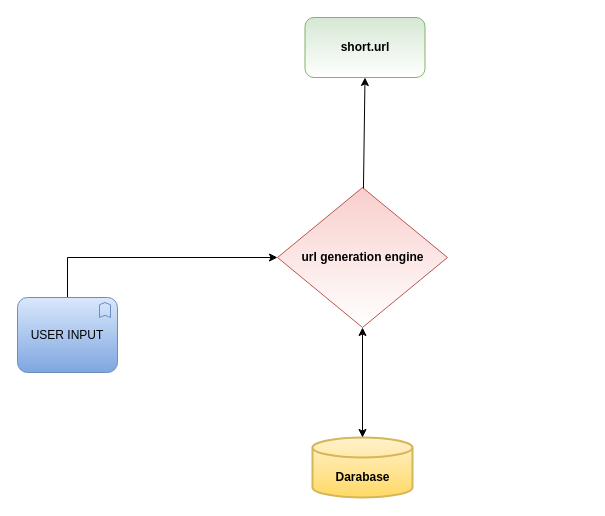
sachinkgaikwad/ayodevops keeps this draw.io diagram as images/urlshortner.drawio. Above is the earlier version. Source tidied: cells renumbered, new cells numbered last; positions are measured from the earlier drawing's top-left corner, leaving out a move shared by most shapes. Both pictures are drawn from the tidied source at 100%, with x=0, y=0 at pixel (17, 17).
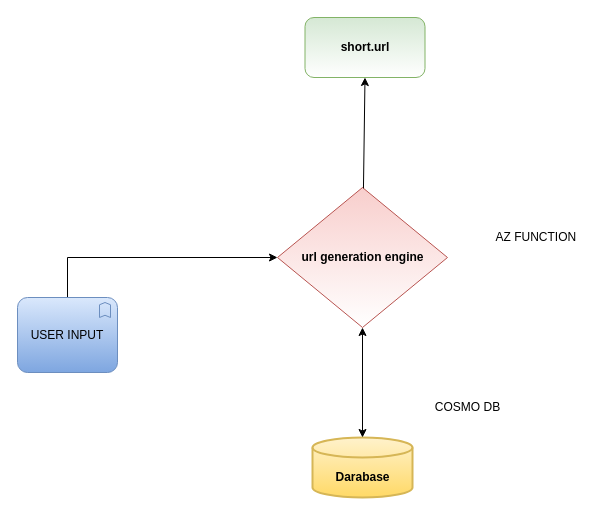
The same diagram, later.

Diff of the diagram source:
```diff
@@
 <mxGraphModel>
   <root>
     <mxCell id="0" />
     <mxCell id="1" parent="0" />
     <mxCell id="2" style="strokeWidth=2;html=1;shape=mxgraph.flowchart.database;whiteSpace=wrap;fillColor=#fff2cc;gradientColor=#ffd966;strokeColor=#d6b656;" parent="1" vertex="1">
       <mxGeometry x="295" y="420" width="100" height="60" as="geometry" />
     </mxCell>
     <mxCell id="3" value="short.url" style="rounded=1;whiteSpace=wrap;html=1;fillColor=#d5e8d4;strokeColor=#82b366;gradientColor=#ffffff;fontStyle=1;" parent="1" vertex="1">
       <mxGeometry x="287.5" width="120" height="60" as="geometry" />
     </mxCell>
     <mxCell id="4" style="rhombus;whiteSpace=wrap;html=1;fillColor=#f8cecc;strokeColor=#b85450;gradientColor=#ffffff;" parent="1" vertex="1">
       <mxGeometry x="260" y="170" width="170" height="140" as="geometry" />
     </mxCell>
     <mxCell id="5" style="endArrow=classic;html=1;rounded=0;entryX=0.5;entryY=1;entryDx=0;entryDy=0;" parent="1" edge="1" source="4" target="3">
       <mxGeometry relative="1" as="geometry" />
     </mxCell>
     <mxCell id="6" style="endArrow=classic;startArrow=classic;html=1;rounded=0;entryX=0.5;entryY=1;entryDx=0;entryDy=0;exitX=0.5;exitY=0;exitDx=0;exitDy=0;exitPerimeter=0;" parent="1" edge="1" source="2" target="4">
       <mxGeometry relative="1" as="geometry" />
     </mxCell>
     <mxCell id="7" value="url generation engine" style="text;html=1;align=center;verticalAlign=middle;fillColor=none;strokeColor=none;rounded=0;fontStyle=1;" parent="1" vertex="1">
       <mxGeometry x="275" y="230" width="140" height="20" as="geometry" />
     </mxCell>
     <mxCell id="8" value="Darabase" style="text;html=1;align=center;verticalAlign=middle;fillColor=none;strokeColor=none;rounded=0;fontStyle=1;" parent="1" vertex="1">
       <mxGeometry x="310" y="450" width="70" height="20" as="geometry" />
     </mxCell>
     <mxCell id="9" style="edgeStyle=orthogonalEdgeStyle;rounded=0;jettySize=auto;html=1;exitX=0.5;exitY=0;exitDx=0;exitDy=0;exitPerimeter=0;entryX=0;entryY=0.5;entryDx=0;entryDy=0;" parent="1" edge="1" source="10" target="4">
       <mxGeometry relative="1" as="geometry" />
     </mxCell>
     <mxCell id="10" value="USER INPUT" style="html=1;outlineConnect=0;whiteSpace=wrap;fillColor=#dae8fc;shape=mxgraph.archimate.business;busType=function;gradientColor=#7ea6e0;strokeColor=#6c8ebf;" parent="1" vertex="1">
       <mxGeometry y="280" width="100" height="75" as="geometry" />
     </mxCell>
+    <mxCell id="11" value="AZ FUNCTION&amp;nbsp;" style="text;html=1;align=center;verticalAlign=middle;fillColor=none;strokeColor=none;rounded=0;" parent="1" vertex="1">
+      <mxGeometry x="470" y="210" width="100" height="20" as="geometry" />
+    </mxCell>
+    <mxCell id="12" value="COSMO DB" style="text;html=1;align=center;verticalAlign=middle;fillColor=none;strokeColor=none;rounded=0;" parent="1" vertex="1">
+      <mxGeometry x="410" y="380" width="80" height="20" as="geometry" />
+    </mxCell>
   </root>
 </mxGraphModel>
```
